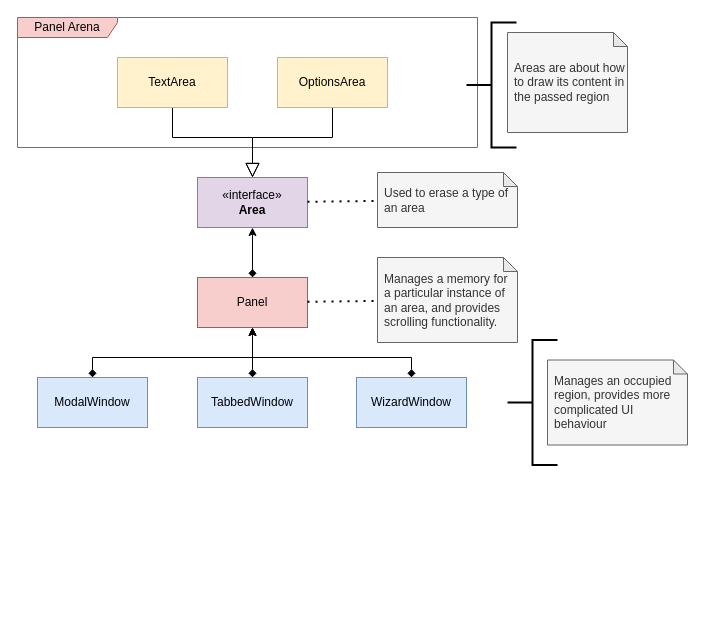
The draw.io diagram page "Windows system" (8 of 10) of misc/dev_docs.drawio in vladimir-popov/forgotten_catacombs, before the edit. Source tidied: cells renumbered, new cells numbered last; positions are measured from the earlier drawing's top-left corner, leaving out a move shared by most shapes. Both pictures are drawn from the tidied source at 100%, with x=0, y=0 at pixel (17, 17).
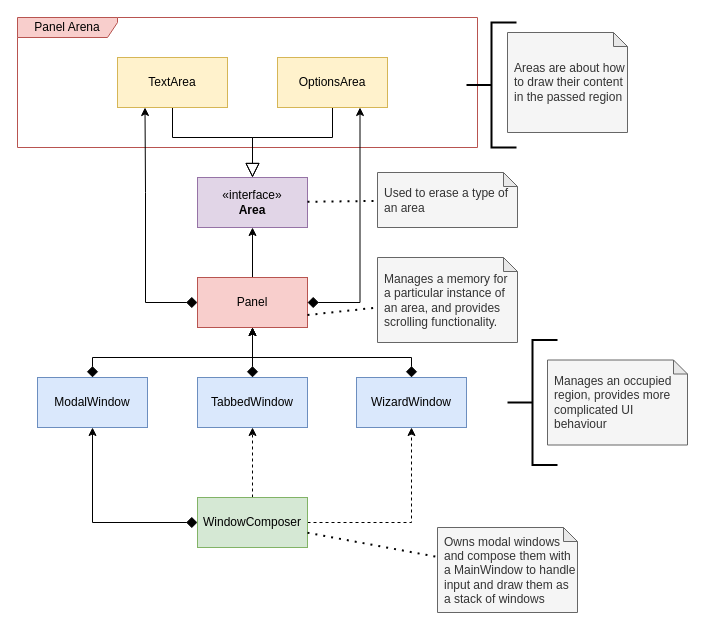
The same diagram, later.

Unchanged cells that the change refers to:
```xml
<mxCell id="3" value="«interface»&lt;br&gt;&lt;b&gt;Area&lt;/b&gt;" style="html=1;whiteSpace=wrap;fillColor=#e1d5e7;strokeColor=#9673a6;" parent="1" vertex="1">
  <mxGeometry x="180" y="160" width="110" height="50" as="geometry" />
</mxCell>
<mxCell id="5" value="TextArea" style="html=1;whiteSpace=wrap;fillColor=#fff2cc;strokeColor=#d6b656;" parent="1" vertex="1">
  <mxGeometry x="100" y="40" width="110" height="50" as="geometry" />
</mxCell>
<mxCell id="7" value="OptionsArea" style="html=1;whiteSpace=wrap;fillColor=#fff2cc;strokeColor=#d6b656;" parent="1" vertex="1">
  <mxGeometry x="260" y="40" width="110" height="50" as="geometry" />
</mxCell>
<mxCell id="9" value="Panel" style="html=1;whiteSpace=wrap;fillColor=#f8cecc;strokeColor=#b85450;" parent="1" vertex="1">
  <mxGeometry x="180" y="260" width="110" height="50" as="geometry" />
</mxCell>
<mxCell id="11" value="ModalWindow" style="html=1;whiteSpace=wrap;fillColor=#dae8fc;strokeColor=#6c8ebf;" parent="1" vertex="1">
  <mxGeometry x="20" y="360" width="110" height="50" as="geometry" />
</mxCell>
<mxCell id="12" value="TabbedWindow" style="html=1;whiteSpace=wrap;fillColor=#dae8fc;strokeColor=#6c8ebf;" parent="1" vertex="1">
  <mxGeometry x="180" y="360" width="110" height="50" as="geometry" />
</mxCell>
<mxCell id="14" value="WizardWindow" style="html=1;whiteSpace=wrap;fillColor=#dae8fc;strokeColor=#6c8ebf;" parent="1" vertex="1">
  <mxGeometry x="339" y="360" width="110" height="50" as="geometry" />
</mxCell>
<mxCell id="19" value="Manages a memory for a particular instance of an area, and provides scrolling functionality." style="shape=note;whiteSpace=wrap;html=1;backgroundOutline=1;darkOpacity=0.05;size=14;fillColor=#f5f5f5;fontColor=#333333;strokeColor=#666666;spacingLeft=5;align=left;" parent="1" vertex="1">
  <mxGeometry x="360" y="240" width="140" height="85" as="geometry" />
</mxCell>
```

What changed in the source:
```diff
@@
-    <mxCell id="8" style="edgeStyle=orthogonalEdgeStyle;rounded=0;jettySize=auto;html=1;startArrow=diamond;startFill=1;" parent="1" edge="1" source="9" target="3">
-      <mxGeometry relative="1" as="geometry" />
+    <mxCell id="8" style="edgeStyle=orthogonalEdgeStyle;rounded=0;jettySize=auto;html=1;startArrow=diamond;startFill=1;entryX=0.25;entryY=1;entryDx=0;entryDy=0;startSize=9;" parent="1" edge="1" source="9" target="5">
+      <mxGeometry relative="1" as="geometry">
+        <Array as="points">
+          <mxPoint x="128" y="285" />
+          <mxPoint x="128" y="175" />
+        </Array>
+      </mxGeometry>
     </mxCell>
+    <mxCell id="24" style="edgeStyle=orthogonalEdgeStyle;rounded=0;jettySize=auto;html=1;exitX=0.5;exitY=0;exitDx=0;exitDy=0;" parent="1" edge="1" source="9" target="3">
+      <mxGeometry relative="1" as="geometry" />
+    </mxCell>
@@
-    <mxCell id="10" style="edgeStyle=orthogonalEdgeStyle;rounded=0;jettySize=auto;html=1;startArrow=diamond;startFill=1;" parent="1" edge="1" source="11" target="9">
+    <mxCell id="10" style="edgeStyle=orthogonalEdgeStyle;rounded=0;jettySize=auto;html=1;startArrow=diamond;startFill=1;startSize=9;" parent="1" edge="1" source="11" target="9">
       <mxGeometry relative="1" as="geometry">
         <Array as="points">
           <mxPoint x="75" y="340" />
           <mxPoint x="235" y="340" />
         </Array>
       </mxGeometry>
     </mxCell>
@@
-    <mxCell id="13" style="edgeStyle=orthogonalEdgeStyle;rounded=0;jettySize=auto;html=1;startArrow=diamond;startFill=1;" parent="1" edge="1" source="14" target="9">
+    <mxCell id="13" style="edgeStyle=orthogonalEdgeStyle;rounded=0;jettySize=auto;html=1;startArrow=diamond;startFill=1;startSize=9;" parent="1" edge="1" source="14" target="9">
       <mxGeometry relative="1" as="geometry">
         <Array as="points">
           <mxPoint x="394" y="340" />
           <mxPoint x="235" y="340" />
         </Array>
       </mxGeometry>
     </mxCell>
@@
-    <mxCell id="15" style="edgeStyle=orthogonalEdgeStyle;rounded=0;jettySize=auto;html=1;startArrow=diamond;startFill=1;" parent="1" edge="1" source="12" target="9">
+    <mxCell id="15" style="edgeStyle=orthogonalEdgeStyle;rounded=0;jettySize=auto;html=1;startArrow=diamond;startFill=1;startSize=9;" parent="1" edge="1" source="12" target="9">
       <mxGeometry relative="1" as="geometry" />
     </mxCell>
-    <mxCell id="16" value="Areas are about how to draw its content in the passed region" style="shape=note;whiteSpace=wrap;html=1;backgroundOutline=1;darkOpacity=0.05;size=14;fillColor=#f5f5f5;fontColor=#333333;strokeColor=#666666;spacingLeft=5;align=left;" parent="1" vertex="1">
+    <mxCell id="16" value="Areas are about how to draw their content in the passed region" style="shape=note;whiteSpace=wrap;html=1;backgroundOutline=1;darkOpacity=0.05;size=14;fillColor=#f5f5f5;fontColor=#333333;strokeColor=#666666;spacingLeft=5;align=left;" parent="1" vertex="1">
       <mxGeometry x="490" y="15" width="120" height="100" as="geometry" />
     </mxCell>
@@
-    <mxCell id="20" style="endArrow=none;dashed=1;html=1;dashPattern=1 3;strokeWidth=2;rounded=0;" parent="1" edge="1" source="9" target="19">
+    <mxCell id="20" style="endArrow=none;dashed=1;html=1;dashPattern=1 3;strokeWidth=2;rounded=0;exitX=1;exitY=0.75;exitDx=0;exitDy=0;" parent="1" edge="1" source="9" target="19">
       <mxGeometry relative="1" as="geometry" />
     </mxCell>
@@
+    <mxCell id="25" style="edgeStyle=orthogonalEdgeStyle;rounded=0;jettySize=auto;html=1;dashed=1;" parent="1" edge="1" source="28" target="12">
+      <mxGeometry relative="1" as="geometry" />
+    </mxCell>
+    <mxCell id="26" style="edgeStyle=orthogonalEdgeStyle;rounded=0;jettySize=auto;html=1;dashed=1;" parent="1" edge="1" source="28" target="14">
+      <mxGeometry relative="1" as="geometry" />
+    </mxCell>
+    <mxCell id="27" style="edgeStyle=orthogonalEdgeStyle;rounded=0;jettySize=auto;html=1;startArrow=diamond;startFill=1;startSize=9;" parent="1" edge="1" source="28" target="11">
+      <mxGeometry relative="1" as="geometry" />
+    </mxCell>
+    <mxCell id="28" value="WindowComposer" style="html=1;whiteSpace=wrap;fillColor=#d5e8d4;strokeColor=#82b366;" parent="1" vertex="1">
+      <mxGeometry x="180" y="480" width="110" height="50" as="geometry" />
+    </mxCell>
+    <mxCell id="29" style="rounded=0;jettySize=auto;html=1;startArrow=diamond;startFill=1;entryX=0.75;entryY=1;entryDx=0;entryDy=0;exitX=1;exitY=0.5;exitDx=0;exitDy=0;edgeStyle=orthogonalEdgeStyle;startSize=9;" parent="1" edge="1" source="9" target="7">
+      <mxGeometry relative="1" as="geometry" />
+    </mxCell>
+    <mxCell id="30" value="Owns modal windows and compose them with a MainWindow to handle input and draw them as a stack of windows" style="shape=note;whiteSpace=wrap;html=1;backgroundOutline=1;darkOpacity=0.05;size=14;fillColor=#f5f5f5;fontColor=#333333;strokeColor=#666666;spacingLeft=5;align=left;" parent="1" vertex="1">
+      <mxGeometry x="420" y="510" width="140" height="85" as="geometry" />
+    </mxCell>
+    <mxCell id="31" style="endArrow=none;dashed=1;html=1;dashPattern=1 3;strokeWidth=2;rounded=0;" parent="1" edge="1" source="28" target="30">
+      <mxGeometry relative="1" as="geometry" />
+    </mxCell>
```
